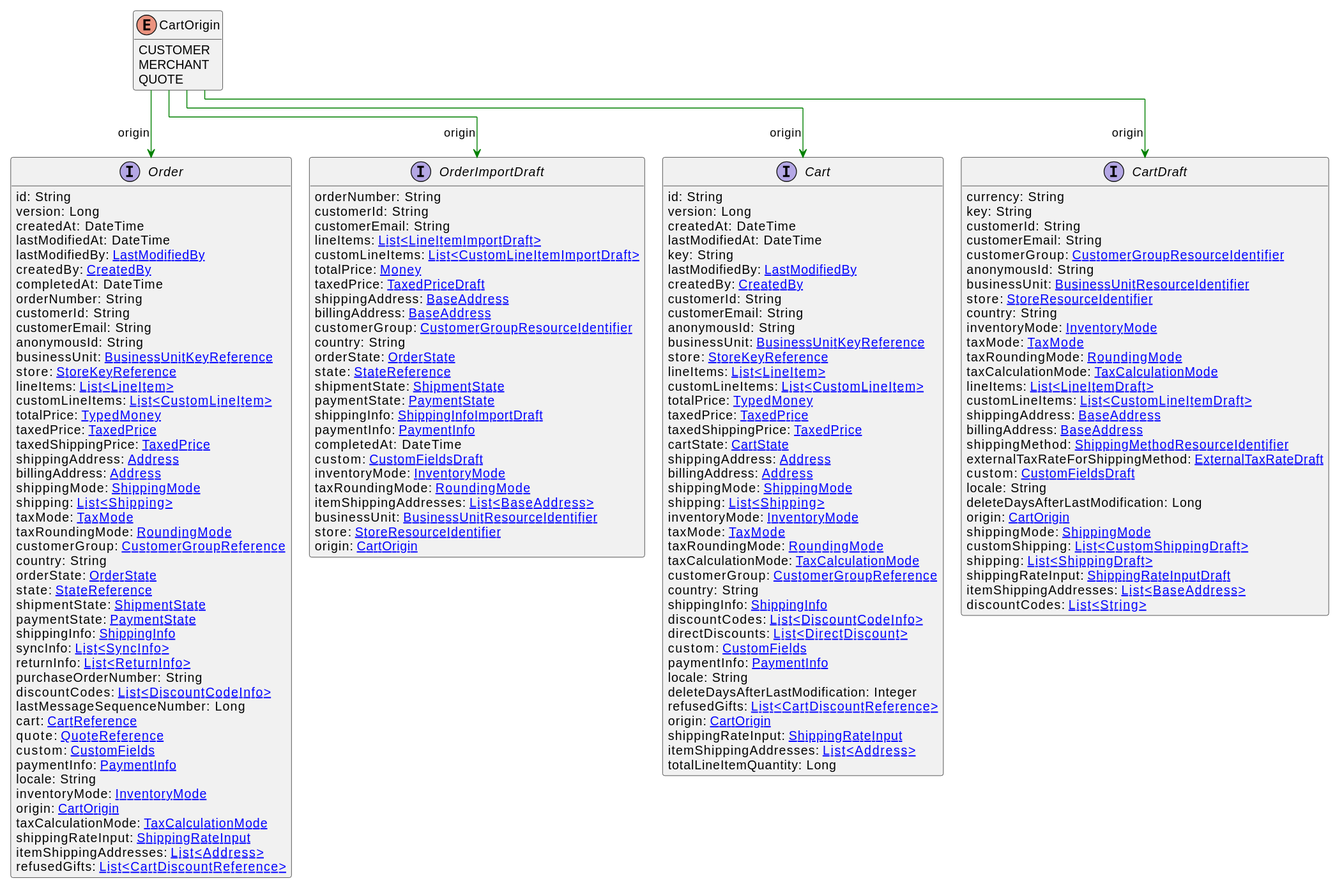
commercetools/commercetools-api-reference keeps this PlantUML diagram as uml/api/svg/CartOrigin.svg. Above is the earlier version.
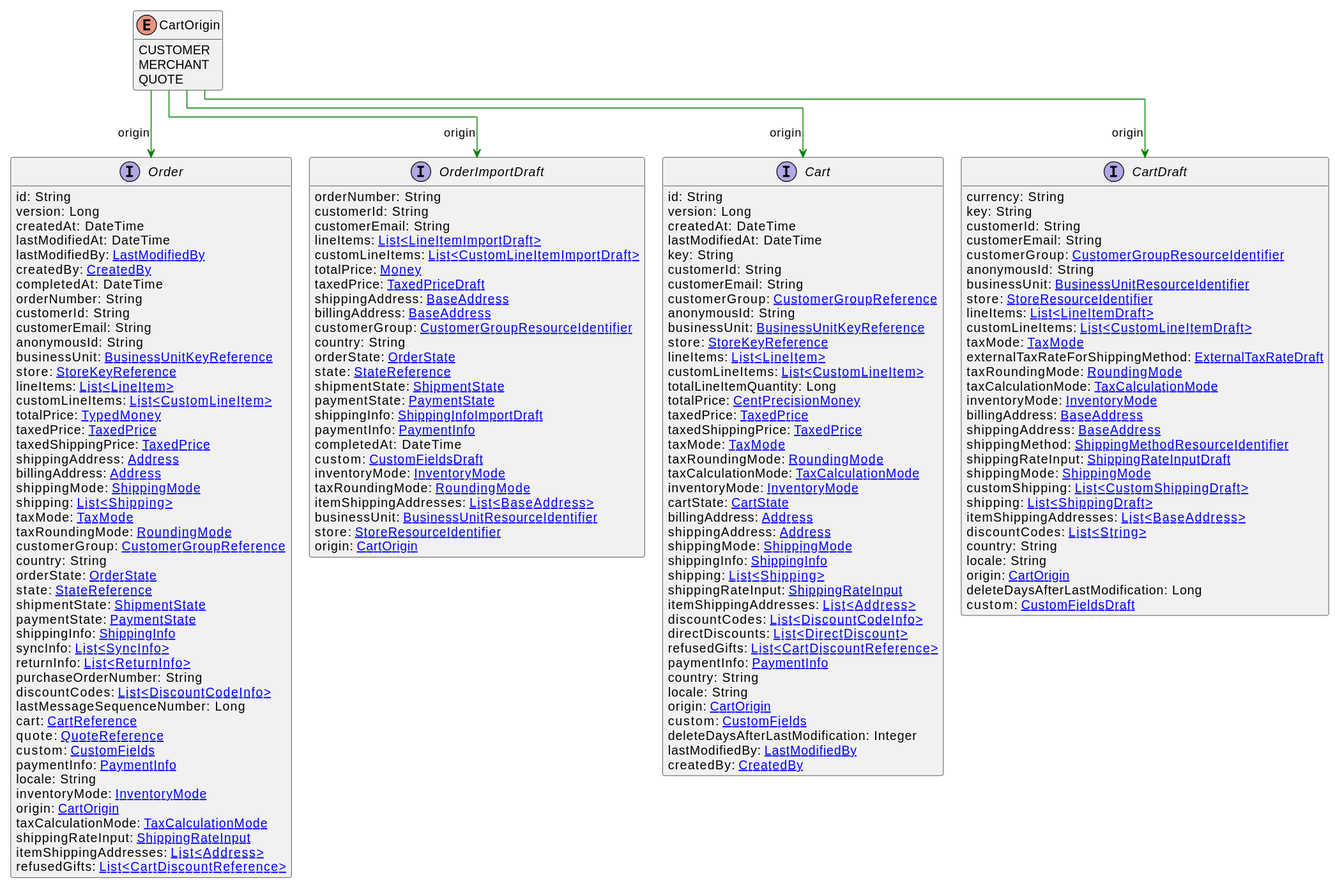
Later version of the same file.

Diff of the diagram source:
```diff
@@ -12,41 +12,41 @@
     createdAt: DateTime
     lastModifiedAt: DateTime
     key: String
-    lastModifiedBy: [[LastModifiedBy.svg LastModifiedBy]]
-    createdBy: [[CreatedBy.svg CreatedBy]]
     customerId: String
     customerEmail: String
+    customerGroup: [[CustomerGroupReference.svg CustomerGroupReference]]
     anonymousId: String
     businessUnit: [[BusinessUnitKeyReference.svg BusinessUnitKeyReference]]
     store: [[StoreKeyReference.svg StoreKeyReference]]
     lineItems: [[LineItem.svg List<LineItem>]]
     customLineItems: [[CustomLineItem.svg List<CustomLineItem>]]
-    totalPrice: [[TypedMoney.svg TypedMoney]]
+    totalLineItemQuantity: Long
+    totalPrice: [[CentPrecisionMoney.svg CentPrecisionMoney]]
     taxedPrice: [[TaxedPrice.svg TaxedPrice]]
     taxedShippingPrice: [[TaxedPrice.svg TaxedPrice]]
-    cartState: [[CartState.svg CartState]]
-    shippingAddress: [[Address.svg Address]]
-    billingAddress: [[Address.svg Address]]
-    shippingMode: [[ShippingMode.svg ShippingMode]]
-    shipping: [[Shipping.svg List<Shipping>]]
-    inventoryMode: [[InventoryMode.svg InventoryMode]]
     taxMode: [[TaxMode.svg TaxMode]]
     taxRoundingMode: [[RoundingMode.svg RoundingMode]]
     taxCalculationMode: [[TaxCalculationMode.svg TaxCalculationMode]]
-    customerGroup: [[CustomerGroupReference.svg CustomerGroupReference]]
-    country: String
+    inventoryMode: [[InventoryMode.svg InventoryMode]]
+    cartState: [[CartState.svg CartState]]
+    billingAddress: [[Address.svg Address]]
+    shippingAddress: [[Address.svg Address]]
+    shippingMode: [[ShippingMode.svg ShippingMode]]
     shippingInfo: [[ShippingInfo.svg ShippingInfo]]
+    shipping: [[Shipping.svg List<Shipping>]]
+    shippingRateInput: [[ShippingRateInput.svg ShippingRateInput]]
+    itemShippingAddresses: [[Address.svg List<Address>]]
     discountCodes: [[DiscountCodeInfo.svg List<DiscountCodeInfo>]]
     directDiscounts: [[DirectDiscount.svg List<DirectDiscount>]]
+    refusedGifts: [[CartDiscountReference.svg List<CartDiscountReference>]]
+    paymentInfo: [[PaymentInfo.svg PaymentInfo]]
+    country: String
+    locale: String
+    origin: [[CartOrigin.svg CartOrigin]]
     custom: [[CustomFields.svg CustomFields]]
-    paymentInfo: [[PaymentInfo.svg PaymentInfo]]
-    locale: String
     deleteDaysAfterLastModification: Integer
-    refusedGifts: [[CartDiscountReference.svg List<CartDiscountReference>]]
-    origin: [[CartOrigin.svg CartOrigin]]
-    shippingRateInput: [[ShippingRateInput.svg ShippingRateInput]]
-    itemShippingAddresses: [[Address.svg List<Address>]]
-    totalLineItemQuantity: Long
+    lastModifiedBy: [[LastModifiedBy.svg LastModifiedBy]]
+    createdBy: [[CreatedBy.svg CreatedBy]]
 }
 interface CartDraft [[CartDraft.svg]]  {
     currency: String
@@ -57,27 +57,27 @@
     anonymousId: String
     businessUnit: [[BusinessUnitResourceIdentifier.svg BusinessUnitResourceIdentifier]]
     store: [[StoreResourceIdentifier.svg StoreResourceIdentifier]]
-    country: String
-    inventoryMode: [[InventoryMode.svg InventoryMode]]
+    lineItems: [[LineItemDraft.svg List<LineItemDraft>]]
+    customLineItems: [[CustomLineItemDraft.svg List<CustomLineItemDraft>]]
     taxMode: [[TaxMode.svg TaxMode]]
+    externalTaxRateForShippingMethod: [[ExternalTaxRateDraft.svg ExternalTaxRateDraft]]
     taxRoundingMode: [[RoundingMode.svg RoundingMode]]
     taxCalculationMode: [[TaxCalculationMode.svg TaxCalculationMode]]
-    lineItems: [[LineItemDraft.svg List<LineItemDraft>]]
-    customLineItems: [[CustomLineItemDraft.svg List<CustomLineItemDraft>]]
+    inventoryMode: [[InventoryMode.svg InventoryMode]]
+    billingAddress: [[BaseAddress.svg BaseAddress]]
     shippingAddress: [[BaseAddress.svg BaseAddress]]
-    billingAddress: [[BaseAddress.svg BaseAddress]]
     shippingMethod: [[ShippingMethodResourceIdentifier.svg ShippingMethodResourceIdentifier]]
-    externalTaxRateForShippingMethod: [[ExternalTaxRateDraft.svg ExternalTaxRateDraft]]
-    custom: [[CustomFieldsDraft.svg CustomFieldsDraft]]
-    locale: String
-    deleteDaysAfterLastModification: Long
-    origin: [[CartOrigin.svg CartOrigin]]
+    shippingRateInput: [[ShippingRateInputDraft.svg ShippingRateInputDraft]]
     shippingMode: [[ShippingMode.svg ShippingMode]]
     customShipping: [[CustomShippingDraft.svg List<CustomShippingDraft>]]
     shipping: [[ShippingDraft.svg List<ShippingDraft>]]
-    shippingRateInput: [[ShippingRateInputDraft.svg ShippingRateInputDraft]]
     itemShippingAddresses: [[BaseAddress.svg List<BaseAddress>]]
     discountCodes: [[String.svg List<String>]]
+    country: String
+    locale: String
+    origin: [[CartOrigin.svg CartOrigin]]
+    deleteDaysAfterLastModification: Long
+    custom: [[CustomFieldsDraft.svg CustomFieldsDraft]]
 }
 interface Order [[Order.svg]]  {
     id: String
```
